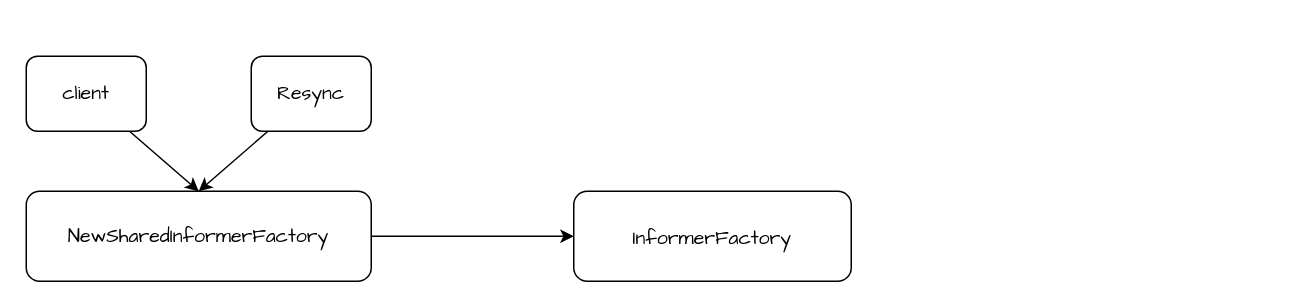
Before: informer.drawio in ngsin/k8s-example, a draw.io diagram. Source tidied: cells renumbered, new cells numbered last; positions are measured from the earlier drawing's top-left corner, leaving out a move shared by most shapes. Both pictures are drawn from the tidied source at 150%, with x=0, y=0 at pixel (26, 56).
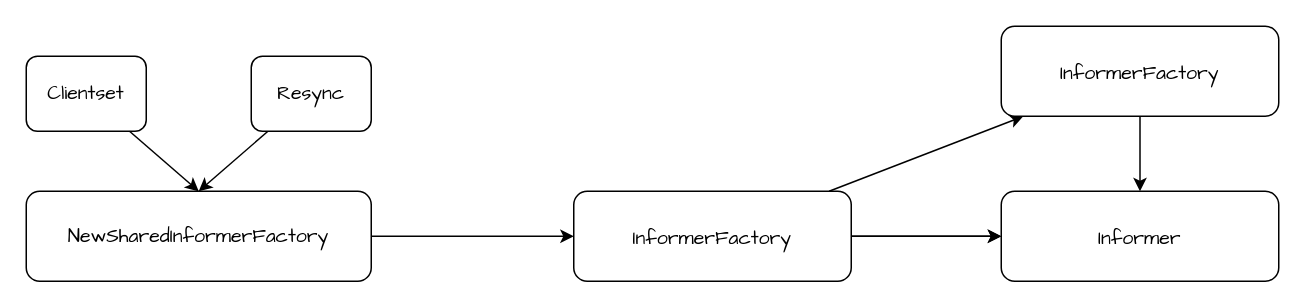
The same page after the edit.

Diff of the diagram source:
```diff
@@
 <mxGraphModel>
   <root>
     <mxCell id="0" />
     <mxCell id="1" parent="0" />
-    <mxCell id="2" value="&lt;div style=&quot;&quot;&gt;&lt;font style=&quot;font-size: 13px;&quot; face=&quot;Comic Sans MS&quot;&gt;client&lt;/font&gt;&lt;/div&gt;" style="rounded=1;whiteSpace=wrap;html=1;fontColor=#000000;" parent="1" vertex="1">
+    <mxCell id="2" value="&lt;div style=&quot;&quot;&gt;&lt;font style=&quot;font-size: 13px;&quot; face=&quot;Comic Sans MS&quot;&gt;C&lt;/font&gt;&lt;span style=&quot;font-size: 13px; font-family: &amp;quot;Comic Sans MS&amp;quot;; background-color: initial;&quot;&gt;lientset&lt;/span&gt;&lt;/div&gt;" style="rounded=1;whiteSpace=wrap;html=1;fontColor=#000000;" parent="1" vertex="1">
       <mxGeometry width="80" height="50" as="geometry" />
     </mxCell>
     <mxCell id="3" style="edgeStyle=orthogonalEdgeStyle;rounded=0;jettySize=auto;html=1;fontFamily=Helvetica;fontSize=12;fontColor=#000000;" parent="1" edge="1" source="4" target="8">
       <mxGeometry relative="1" as="geometry" />
     </mxCell>
     <mxCell id="4" value="&lt;div style=&quot;&quot;&gt;&lt;font style=&quot;font-size: 13px;&quot; face=&quot;Comic Sans MS&quot;&gt;NewSharedInformerFactory&lt;/font&gt;&lt;/div&gt;" style="rounded=1;whiteSpace=wrap;html=1;fontColor=#000000;" parent="1" vertex="1">
       <mxGeometry y="90" width="230" height="60" as="geometry" />
     </mxCell>
     <mxCell id="5" style="rounded=0;jettySize=auto;html=1;entryX=0.5;entryY=0;entryDx=0;entryDy=0;" parent="1" edge="1" source="2" target="4">
       <mxGeometry relative="1" as="geometry" />
     </mxCell>
     <mxCell id="6" style="rounded=0;jettySize=auto;html=1;entryX=0.5;entryY=0;entryDx=0;entryDy=0;" parent="1" edge="1" source="7" target="4">
       <mxGeometry relative="1" as="geometry" />
     </mxCell>
     <mxCell id="7" value="&lt;div style=&quot;&quot;&gt;&lt;font style=&quot;font-size: 13px;&quot; face=&quot;Comic Sans MS&quot;&gt;Resync&lt;/font&gt;&lt;/div&gt;" style="rounded=1;whiteSpace=wrap;html=1;fontColor=#000000;" parent="1" vertex="1">
       <mxGeometry x="150" width="80" height="50" as="geometry" />
     </mxCell>
+    <mxCell id="9" style="rounded=0;jettySize=auto;html=1;" parent="1" edge="1" source="8" target="12">
+      <mxGeometry relative="1" as="geometry" />
+    </mxCell>
+    <mxCell id="10" style="edgeStyle=none;shape=connector;rounded=0;jettySize=auto;html=1;labelBackgroundColor=default;strokeColor=default;fontFamily=Helvetica;fontSize=11;fontColor=default;endArrow=classic;" parent="1" edge="1" source="8" target="12">
+      <mxGeometry relative="1" as="geometry" />
+    </mxCell>
+    <mxCell id="11" style="edgeStyle=none;shape=connector;rounded=0;jettySize=auto;html=1;labelBackgroundColor=default;strokeColor=default;fontFamily=Helvetica;fontSize=11;fontColor=default;endArrow=classic;" parent="1" edge="1" source="8" target="14">
+      <mxGeometry relative="1" as="geometry" />
+    </mxCell>
     <mxCell id="8" value="InformerFactory" style="fontColor=#000000;rounded=1;labelBackgroundColor=none;fontFamily=Comic Sans MS;fontSize=13;" parent="1" vertex="1">
       <mxGeometry x="365" y="90" width="185" height="60" as="geometry" />
     </mxCell>
+    <mxCell id="12" value="Informer" style="fontColor=#000000;rounded=1;labelBackgroundColor=none;fontFamily=Comic Sans MS;fontSize=13;" parent="1" vertex="1">
+      <mxGeometry x="650" y="90" width="185" height="60" as="geometry" />
+    </mxCell>
+    <mxCell id="13" style="edgeStyle=none;shape=connector;rounded=0;jettySize=auto;html=1;entryX=0.5;entryY=0;entryDx=0;entryDy=0;labelBackgroundColor=default;strokeColor=default;fontFamily=Helvetica;fontSize=11;fontColor=default;endArrow=classic;" parent="1" edge="1" source="14" target="12">
+      <mxGeometry relative="1" as="geometry" />
+    </mxCell>
+    <mxCell id="14" value="InformerFactory" style="fontColor=#000000;rounded=1;labelBackgroundColor=none;fontFamily=Comic Sans MS;fontSize=13;" parent="1" vertex="1">
+      <mxGeometry x="650" y="-20" width="185" height="60" as="geometry" />
+    </mxCell>
   </root>
 </mxGraphModel>
```
